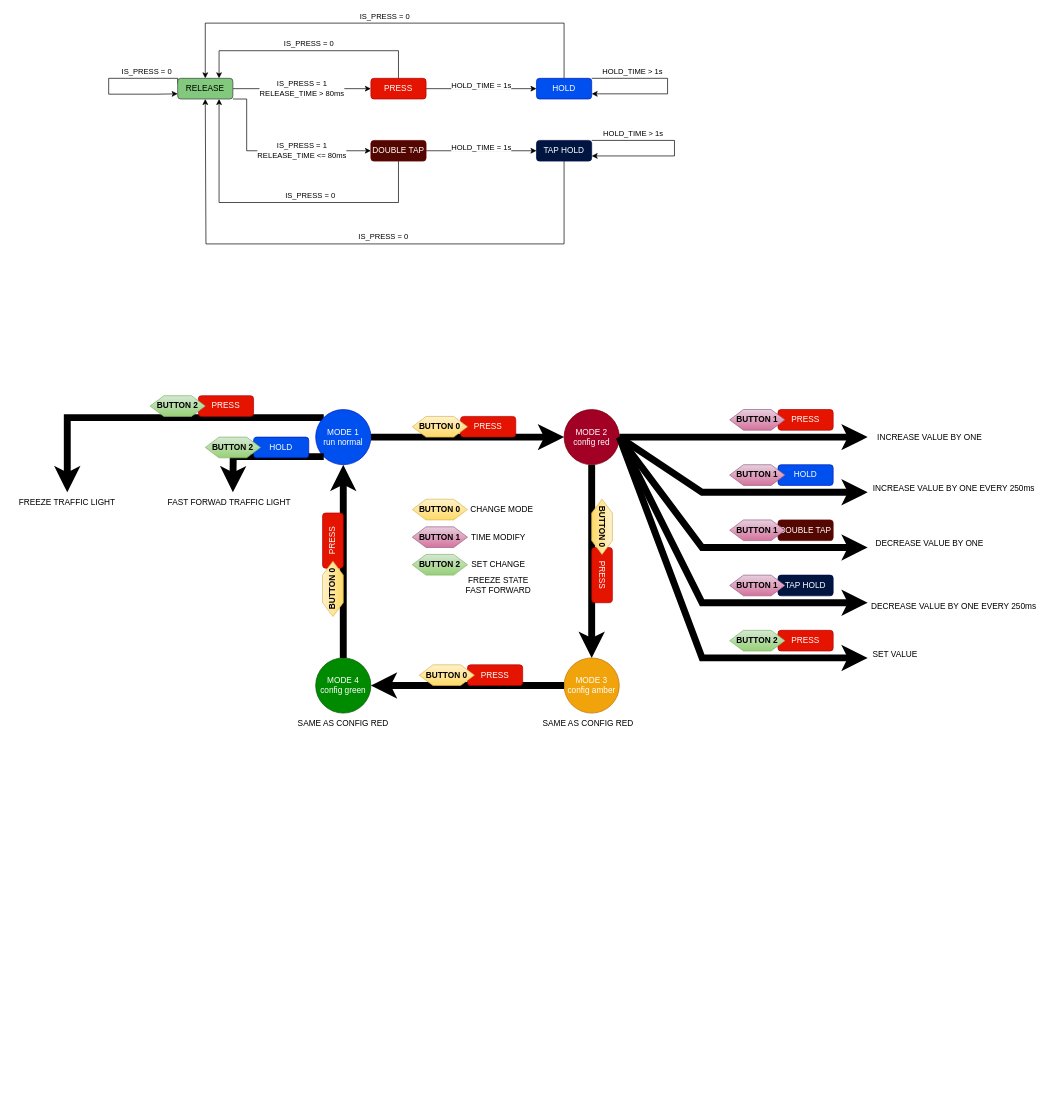
This is Source/lab3FSM.drawio from LemonKronos/STM32_lab3, a draw.io file, before an edit. Source tidied: cells renumbered, new cells numbered last; positions are measured from the earlier drawing's top-left corner, leaving out a move shared by most shapes. Both pictures are drawn from the tidied source at 69%, with x=0, y=0 at pixel (12, 23).
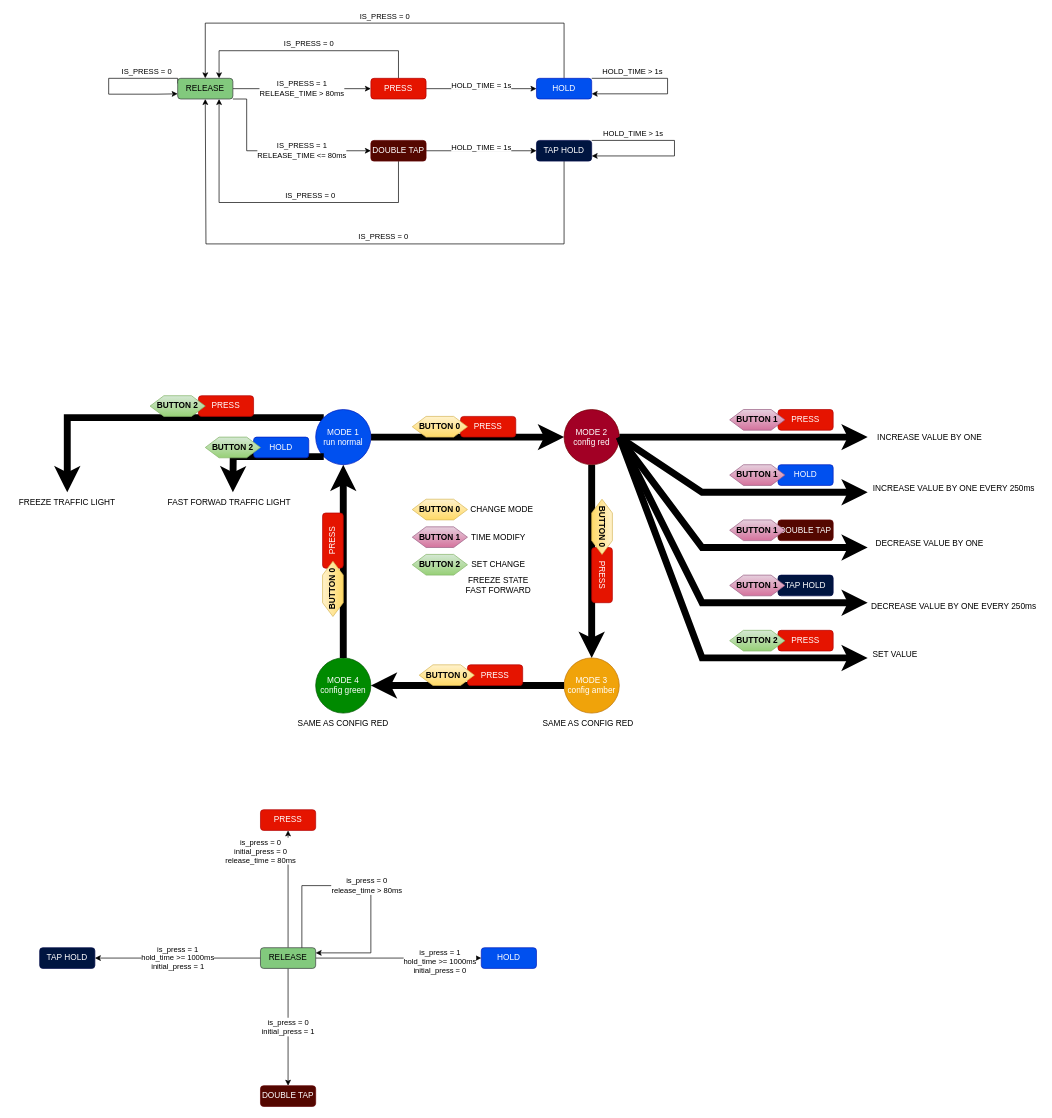
After the change.

Diff of the diagram source:
```diff
@@
+    <mxCell id="82" value="PRESS" style="rounded=1;whiteSpace=wrap;html=1;fillColor=#e51400;strokeColor=#B20000;fontColor=#ffffff;" parent="1" vertex="1">
+      <mxGeometry x="360" y="1140" width="80" height="30" as="geometry" />
+    </mxCell>
+    <mxCell id="83" value="HOLD" style="rounded=1;whiteSpace=wrap;html=1;fillColor=#0050ef;fontColor=#ffffff;strokeColor=#001DBC;" parent="1" vertex="1">
+      <mxGeometry x="680" y="1340" width="80" height="30" as="geometry" />
+    </mxCell>
+    <mxCell id="84" value="DOUBLE TAP" style="rounded=1;whiteSpace=wrap;html=1;fillColor=#540700;strokeColor=#610000;fontColor=#ffffff;" parent="1" vertex="1">
+      <mxGeometry x="360" y="1540" width="80" height="30" as="geometry" />
+    </mxCell>
+    <mxCell id="85" value="is_press = 0&lt;br&gt;initial_press = 0&lt;br&gt;release_time = 80ms" style="edgeStyle=orthogonalEdgeStyle;rounded=0;jettySize=auto;html=1;exitX=0.5;exitY=0;exitDx=0;exitDy=0;entryX=0.5;entryY=1;entryDx=0;entryDy=0;" parent="1" edge="1" source="89" target="82">
+      <mxGeometry x="0.65" y="40" relative="1" as="geometry" />
+    </mxCell>
+    <mxCell id="86" value="is_press = 1&lt;br&gt;hold_time &amp;gt;= 1000ms&lt;br&gt;initial_press = 0" style="edgeStyle=orthogonalEdgeStyle;rounded=0;jettySize=auto;html=1;entryX=0;entryY=0.5;entryDx=0;entryDy=0;" parent="1" edge="1" source="89" target="83">
+      <mxGeometry x="0.5" y="-5" relative="1" as="geometry" />
+    </mxCell>
+    <mxCell id="87" value="is_press = 0&lt;br&gt;initial_press = 1" style="edgeStyle=orthogonalEdgeStyle;rounded=0;jettySize=auto;html=1;" parent="1" edge="1" source="89" target="84">
+      <mxGeometry relative="1" as="geometry" />
+    </mxCell>
+    <mxCell id="88" value="is_press = 1&lt;br&gt;hold_time &amp;gt;= 1000ms&lt;br&gt;initial_press = 1" style="edgeStyle=orthogonalEdgeStyle;rounded=0;jettySize=auto;html=1;entryX=1;entryY=0.5;entryDx=0;entryDy=0;" parent="1" edge="1" source="89" target="90">
+      <mxGeometry relative="1" as="geometry" />
+    </mxCell>
+    <mxCell id="89" value="RELEASE" style="rounded=1;whiteSpace=wrap;html=1;fillColor=#82C97D;strokeColor=#36393d;" parent="1" vertex="1">
+      <mxGeometry x="360" y="1340" width="80" height="30" as="geometry" />
+    </mxCell>
+    <mxCell id="90" value="TAP HOLD" style="rounded=1;whiteSpace=wrap;html=1;fillColor=#001540;strokeColor=#000B4A;fontColor=#ffffff;" parent="1" vertex="1">
+      <mxGeometry x="40" y="1340" width="80" height="30" as="geometry" />
+    </mxCell>
+    <mxCell id="91" value="is_press = 0&lt;br&gt;release_time &amp;gt; 80ms" style="edgeStyle=orthogonalEdgeStyle;rounded=0;orthogonalLoop=1;jettySize=auto;html=1;exitX=0.75;exitY=0;exitDx=0;exitDy=0;entryX=1;entryY=0.25;entryDx=0;entryDy=0;" parent="1" edge="1" source="89" target="89">
+      <mxGeometry relative="1" as="geometry">
+        <Array as="points">
+          <mxPoint x="420" y="1250" />
+          <mxPoint x="520" y="1250" />
+          <mxPoint x="520" y="1348" />
+        </Array>
+      </mxGeometry>
+    </mxCell>
```
